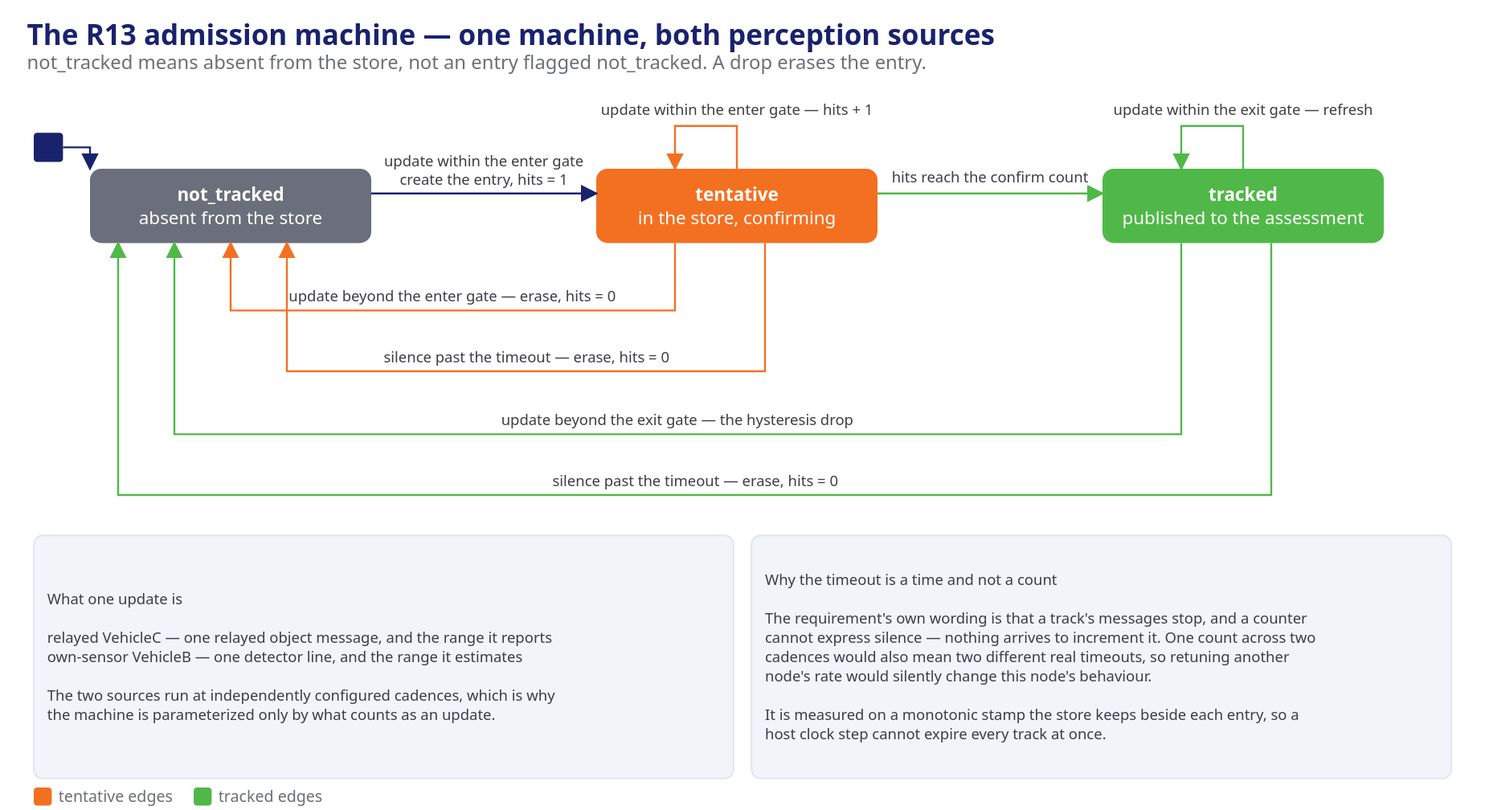
mnpham2101/FPT-Hackathon2026 keeps this draw.io diagram as presentation/assets/phase2-4-ada-admission.svg. Above is the earlier version. Source tidied: cells renumbered, new cells last; positions are measured from the earlier drawing's top-left corner, leaving out a move shared by most shapes.
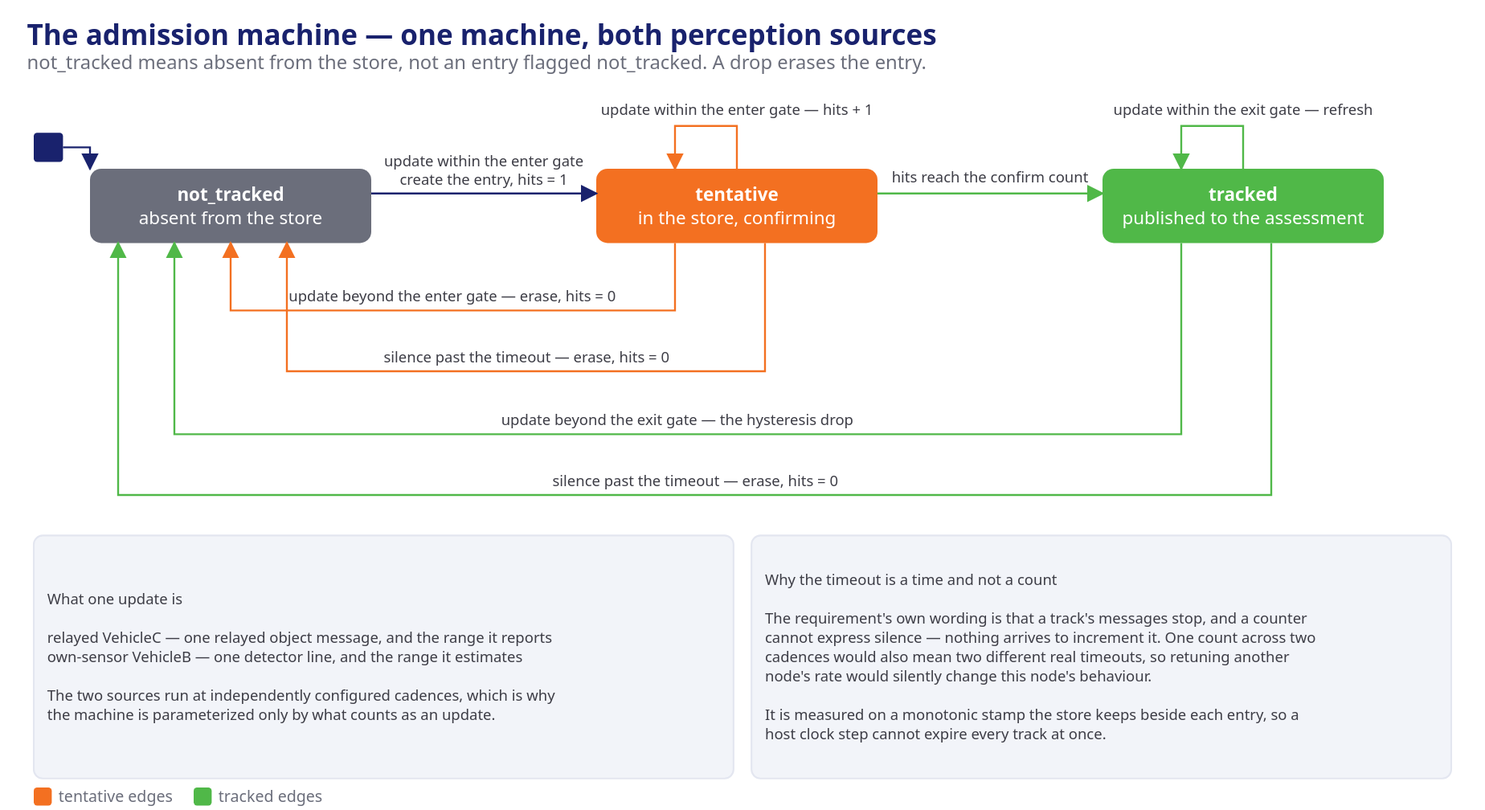
Later version of the same file.

The edit, as a diff of the source:
```diff
@@ -2,7 +2,7 @@
   <root>
     <mxCell id="0" />
     <mxCell id="1" parent="0" />
-    <mxCell id="2" value="The R13 admission machine — one machine, both perception sources" style="text;html=1;align=left;verticalAlign=middle;fontSize=25.0;fontColor=#19226D;fontStyle=1;" parent="1" vertex="1">
+    <mxCell id="2" value="The admission machine — one machine, both perception sources" style="text;html=1;align=left;verticalAlign=middle;fontSize=25.0;fontColor=#19226D;fontStyle=1;" parent="1" vertex="1">
       <mxGeometry width="1272" height="22" as="geometry" />
     </mxCell>
     <mxCell id="3" value="not_tracked means absent from the store, not an entry flagged not_tracked. A drop erases the entry." style="text;html=1;align=left;verticalAlign=middle;fontSize=17.0;fontColor=#6b6e7b;fontStyle=0;" parent="1" vertex="1">
```
